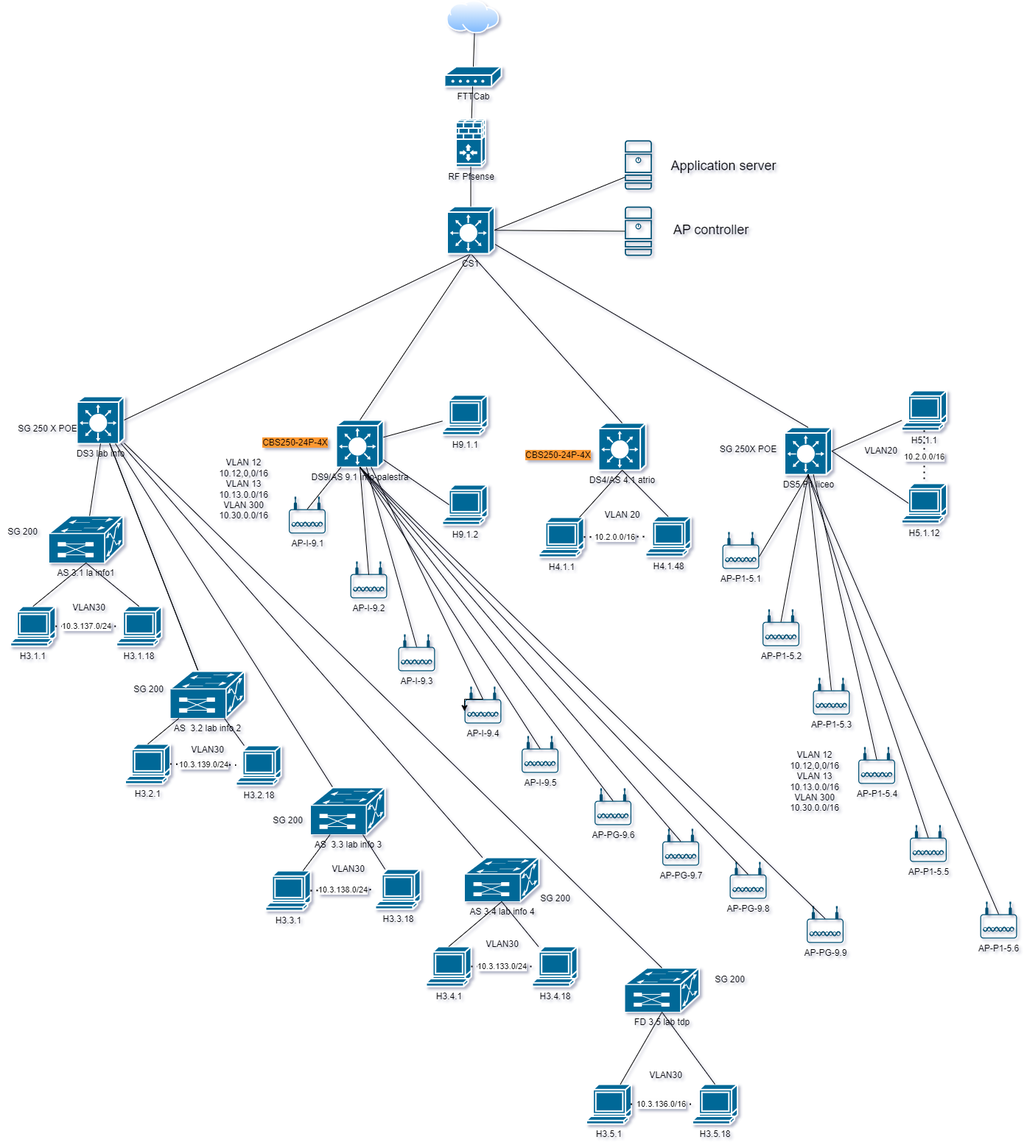
Before: img/ap.drawio.png, a diagram exported from draw.io (sebastianomelita/ArduinoBareMetal). Source tidied: cells renumbered, new cells last; positions are measured from the earlier drawing's top-left corner, leaving out a move shared by most shapes.
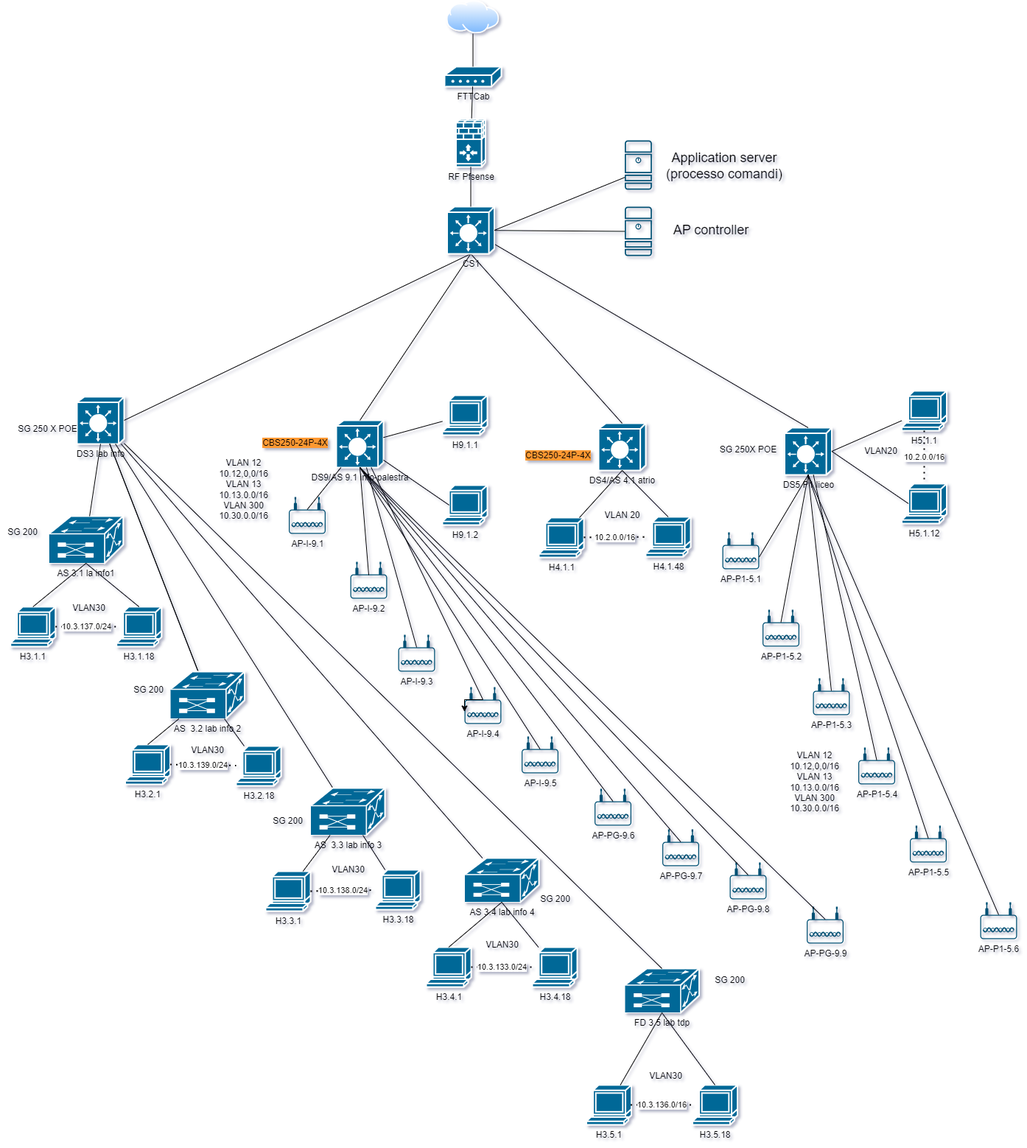
The same file after the commit.

Change to the diagram source:
```diff
@@ -364,7 +364,7 @@
     <mxCell id="120" style="sketch=0;points=[[0.015,0.015,0],[0.985,0.015,0],[0.985,0.985,0],[0.015,0.985,0],[0.25,0,0],[0.5,0,0],[0.75,0,0],[1,0.25,0],[1,0.5,0],[1,0.75,0],[0.75,1,0],[0.5,1,0],[0.25,1,0],[0,0.75,0],[0,0.5,0],[0,0.25,0]];verticalLabelPosition=bottom;html=1;verticalAlign=top;align=center;shape=mxgraph.cisco19.server;fillColor=#005073;strokeColor=none;" parent="1" vertex="1">
       <mxGeometry x="847.5" y="190" width="36.9" height="67" as="geometry" />
     </mxCell>
-    <mxCell id="121" value="&lt;font style=&quot;font-size: 18px;&quot;&gt;Application server&lt;/font&gt;" style="text;strokeColor=none;align=center;fillColor=none;html=1;verticalAlign=middle;whiteSpace=wrap;rounded=0;" parent="1" vertex="1">
+    <mxCell id="121" value="&lt;font style=&quot;font-size: 18px;&quot;&gt;Application server&lt;br&gt;(processo comandi)&lt;br&gt;&lt;/font&gt;" style="text;strokeColor=none;align=center;fillColor=none;html=1;verticalAlign=middle;whiteSpace=wrap;rounded=0;" parent="1" vertex="1">
       <mxGeometry x="894.5" y="210" width="175.5" height="30" as="geometry" />
     </mxCell>
     <mxCell id="122" style="endArrow=none;html=1;rounded=0;exitX=1;exitY=0.5;exitDx=0;exitDy=0;exitPerimeter=0;entryX=0;entryY=0.75;entryDx=0;entryDy=0;entryPerimeter=0;" parent="1" edge="1" source="115" target="120">
```
